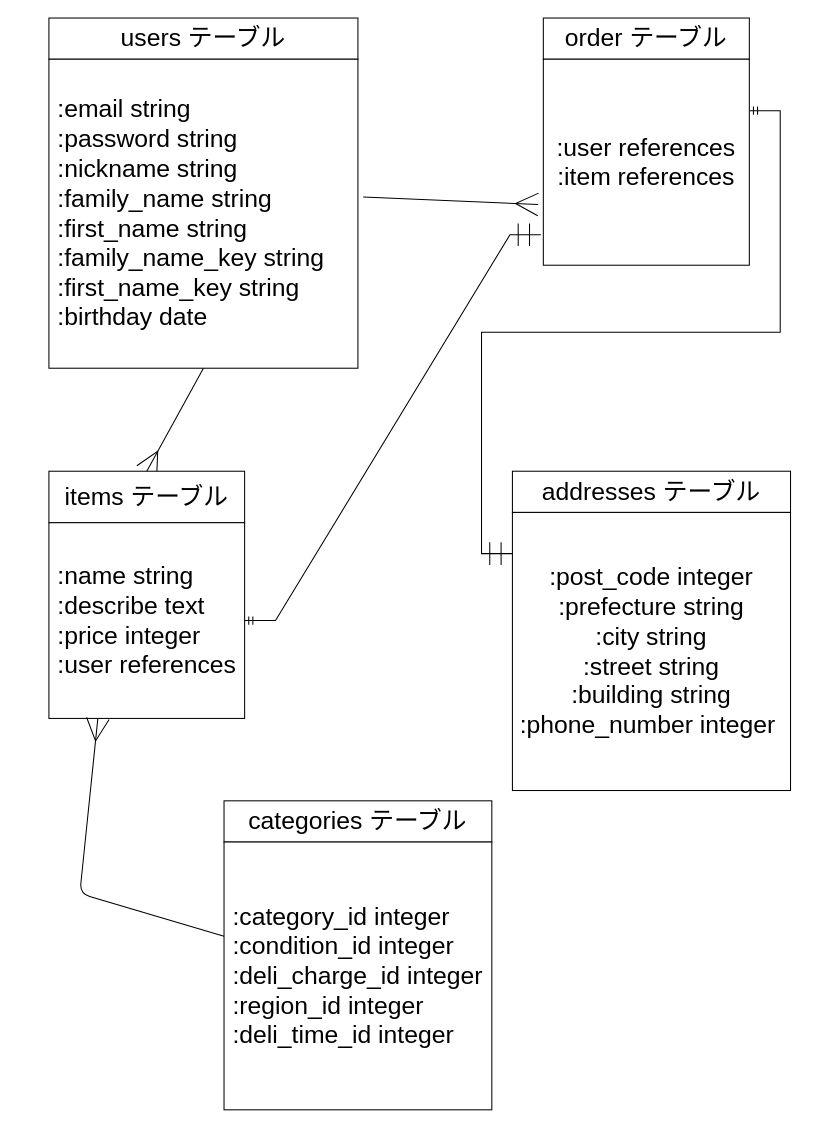
Above: db.dio in ca-zer0/furima-40577 (draw.io), before the change. Source tidied: cells renumbered, new cells numbered last; positions are measured from the earlier drawing's top-left corner, leaving out a move shared by most shapes. Both pictures are drawn from the tidied source at 103%, with x=0, y=0 at pixel (48, 18).
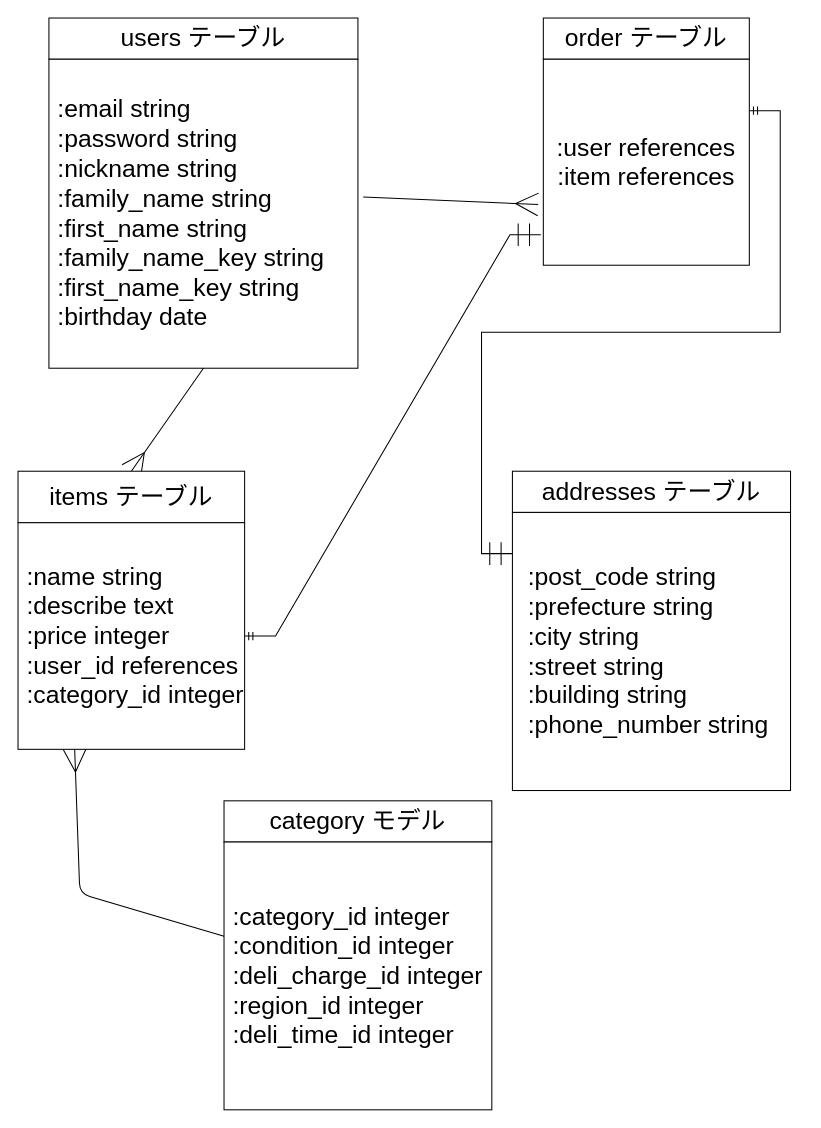
The same page after the edit.

Commit message (it also covers changes not shown here):
ER図、README修正

What changed in the source:
```diff
@@
 <mxGraphModel>
   <root>
     <mxCell id="0" />
     <mxCell id="1" parent="0" />
     <mxCell id="2" value="&lt;font style=&quot;font-size: 24px;&quot;&gt;users テーブル&lt;/font&gt;" style="rounded=0;whiteSpace=wrap;html=1;" parent="1" vertex="1">
       <mxGeometry width="300" height="40" as="geometry" />
     </mxCell>
     <mxCell id="3" value="&lt;div style=&quot;&quot;&gt;&lt;span style=&quot;background-color: initial;&quot;&gt;&amp;nbsp;:email string&lt;/span&gt;&lt;/div&gt;&lt;div style=&quot;&quot;&gt;&lt;span style=&quot;background-color: initial;&quot;&gt;&amp;nbsp;:password string&lt;/span&gt;&lt;/div&gt;&lt;div style=&quot;&quot;&gt;&lt;span style=&quot;background-color: initial;&quot;&gt;&amp;nbsp;:nickname string&lt;/span&gt;&lt;/div&gt;&lt;div style=&quot;&quot;&gt;&lt;span style=&quot;background-color: initial;&quot;&gt;&amp;nbsp;:family_name string&lt;/span&gt;&lt;/div&gt;&lt;div style=&quot;&quot;&gt;&lt;span style=&quot;background-color: initial;&quot;&gt;&amp;nbsp;:first_name string&lt;/span&gt;&lt;/div&gt;&lt;div style=&quot;&quot;&gt;&lt;span style=&quot;background-color: initial;&quot;&gt;&amp;nbsp;:family_name_key string&lt;/span&gt;&lt;/div&gt;&lt;div style=&quot;&quot;&gt;&lt;span style=&quot;background-color: initial;&quot;&gt;&amp;nbsp;:first_name_key string&lt;/span&gt;&lt;/div&gt;&lt;div style=&quot;&quot;&gt;&lt;span style=&quot;background-color: initial;&quot;&gt;&amp;nbsp;:birthday date&lt;/span&gt;&lt;/div&gt;" style="whiteSpace=wrap;html=1;fontSize=24;align=left;" parent="1" vertex="1">
       <mxGeometry y="40" width="300" height="300" as="geometry" />
     </mxCell>
     <mxCell id="4" style="fontSize=12;html=1;endArrow=ERmany;strokeColor=default;targetPerimeterSpacing=0;sourcePerimeterSpacing=0;jumpSize=24;strokeWidth=1;exitX=0.5;exitY=1;exitDx=0;exitDy=0;jumpStyle=sharp;entryX=0.5;entryY=0;entryDx=0;entryDy=0;endSize=20;" parent="1" edge="1" source="3" target="5">
       <mxGeometry relative="1" as="geometry" />
     </mxCell>
     <mxCell id="5" value="items テーブル" style="rounded=0;whiteSpace=wrap;html=1;fontSize=24;" parent="1" vertex="1">
-      <mxGeometry y="440" width="190" height="50" as="geometry" />
+      <mxGeometry x="-30" y="440" width="220" height="50" as="geometry" />
     </mxCell>
-    <mxCell id="6" value="&amp;nbsp;:name string&lt;br&gt;&amp;nbsp;:describe text&lt;br&gt;&amp;nbsp;:price integer&lt;br&gt;&amp;nbsp;:user references" style="whiteSpace=wrap;html=1;fontSize=24;align=left;" parent="1" vertex="1">
-      <mxGeometry y="490" width="190" height="190" as="geometry" />
+    <mxCell id="6" value="&amp;nbsp;:name string&lt;br&gt;&amp;nbsp;:describe text&lt;br&gt;&amp;nbsp;:price integer&lt;br&gt;&amp;nbsp;:user_id references&lt;br&gt;&amp;nbsp;:category_id integer" style="whiteSpace=wrap;html=1;fontSize=24;align=left;" parent="1" vertex="1">
+      <mxGeometry x="-30" y="490" width="220" height="220" as="geometry" />
     </mxCell>
     <mxCell id="7" value="order テーブル" style="rounded=0;whiteSpace=wrap;html=1;fontSize=24;" parent="1" vertex="1">
       <mxGeometry x="480" width="200" height="40" as="geometry" />
     </mxCell>
     <mxCell id="8" value=":user references&lt;br&gt;:item references" style="whiteSpace=wrap;html=1;fontSize=24;" parent="1" vertex="1">
       <mxGeometry x="480" y="40" width="200" height="200" as="geometry" />
     </mxCell>
-    <mxCell id="9" value="categories テーブル" style="rounded=0;whiteSpace=wrap;html=1;fontSize=24;" parent="1" vertex="1">
+    <mxCell id="9" value="category モデル" style="rounded=0;whiteSpace=wrap;html=1;fontSize=24;" parent="1" vertex="1">
       <mxGeometry x="170" y="760" width="260" height="40" as="geometry" />
     </mxCell>
     <mxCell id="10" value="&lt;span style=&quot;&quot;&gt;&amp;nbsp;:category_id integer&lt;/span&gt;&lt;br style=&quot;&quot;&gt;&lt;span style=&quot;&quot;&gt;&amp;nbsp;:condition_id integer&lt;/span&gt;&lt;br style=&quot;&quot;&gt;&lt;span style=&quot;&quot;&gt;&amp;nbsp;:deli_charge_id integer&lt;/span&gt;&lt;br style=&quot;&quot;&gt;&lt;span style=&quot;&quot;&gt;&amp;nbsp;:region_id integer&lt;/span&gt;&lt;br style=&quot;&quot;&gt;&lt;span style=&quot;&quot;&gt;&amp;nbsp;:deli_time_id integer&lt;/span&gt;" style="whiteSpace=wrap;html=1;fontSize=24;align=left;" parent="1" vertex="1">
       <mxGeometry x="170" y="800" width="260" height="260" as="geometry" />
     </mxCell>
     <mxCell id="11" style="fontSize=12;html=1;endArrow=ERmany;strokeColor=default;targetPerimeterSpacing=0;sourcePerimeterSpacing=0;jumpSize=24;strokeWidth=1;jumpStyle=sharp;endSize=20;entryX=0.25;entryY=1;entryDx=0;entryDy=0;" parent="1" edge="1" source="10" target="6">
       <mxGeometry relative="1" as="geometry">
         <Array as="points">
           <mxPoint x="30" y="850" />
         </Array>
       </mxGeometry>
     </mxCell>
     <mxCell id="12" style="fontSize=12;html=1;endArrow=ERmany;strokeColor=default;targetPerimeterSpacing=0;sourcePerimeterSpacing=0;jumpSize=24;strokeWidth=1;exitX=1.017;exitY=0.446;exitDx=0;exitDy=0;jumpStyle=sharp;endSize=20;exitPerimeter=0;entryX=-0.025;entryY=0.705;entryDx=0;entryDy=0;entryPerimeter=0;" parent="1" edge="1" source="3" target="8">
       <mxGeometry relative="1" as="geometry" />
     </mxCell>
     <mxCell id="13" style="edgeStyle=entityRelationEdgeStyle;fontSize=12;html=1;endArrow=ERmandOne;startArrow=ERmandOne;strokeColor=default;strokeWidth=1;endSize=20;sourcePerimeterSpacing=0;targetPerimeterSpacing=0;jumpStyle=sharp;jumpSize=24;rounded=0;entryX=-0.012;entryY=0.852;entryDx=0;entryDy=0;entryPerimeter=0;" parent="1" edge="1" source="6" target="8">
       <mxGeometry relative="1" as="geometry" />
     </mxCell>
     <mxCell id="14" style="edgeStyle=entityRelationEdgeStyle;fontSize=12;html=1;endArrow=ERmandOne;startArrow=ERmandOne;rounded=0;strokeColor=default;strokeWidth=1;endSize=20;sourcePerimeterSpacing=0;targetPerimeterSpacing=0;jumpStyle=sharp;jumpSize=24;exitX=1;exitY=0.25;exitDx=0;exitDy=0;" parent="1" edge="1" source="8">
       <mxGeometry relative="1" as="geometry">
         <mxPoint x="450" y="520" as="targetPoint" />
       </mxGeometry>
     </mxCell>
     <mxCell id="15" value="addresses テーブル" style="rounded=0;whiteSpace=wrap;html=1;fontSize=24;" parent="1" vertex="1">
       <mxGeometry x="450" y="440" width="270" height="40" as="geometry" />
     </mxCell>
-    <mxCell id="16" value=":post_code integer&lt;br&gt;:prefecture string&lt;br&gt;:city string&lt;br&gt;:street string&lt;br&gt;:building string&lt;br&gt;:phone_number integer&amp;nbsp;" style="whiteSpace=wrap;html=1;fontSize=24;" parent="1" vertex="1">
+    <mxCell id="16" value="&amp;nbsp; :post_code string&lt;br&gt;&amp;nbsp; :prefecture string&lt;br&gt;&amp;nbsp; :city string&lt;br&gt;&amp;nbsp; :street string&amp;nbsp;&amp;nbsp;&lt;br&gt;&amp;nbsp; :building string&lt;br&gt;&amp;nbsp; :phone_number string&amp;nbsp;" style="whiteSpace=wrap;html=1;fontSize=24;align=left;" parent="1" vertex="1">
       <mxGeometry x="450" y="480" width="270" height="270" as="geometry" />
     </mxCell>
   </root>
 </mxGraphModel>
```
